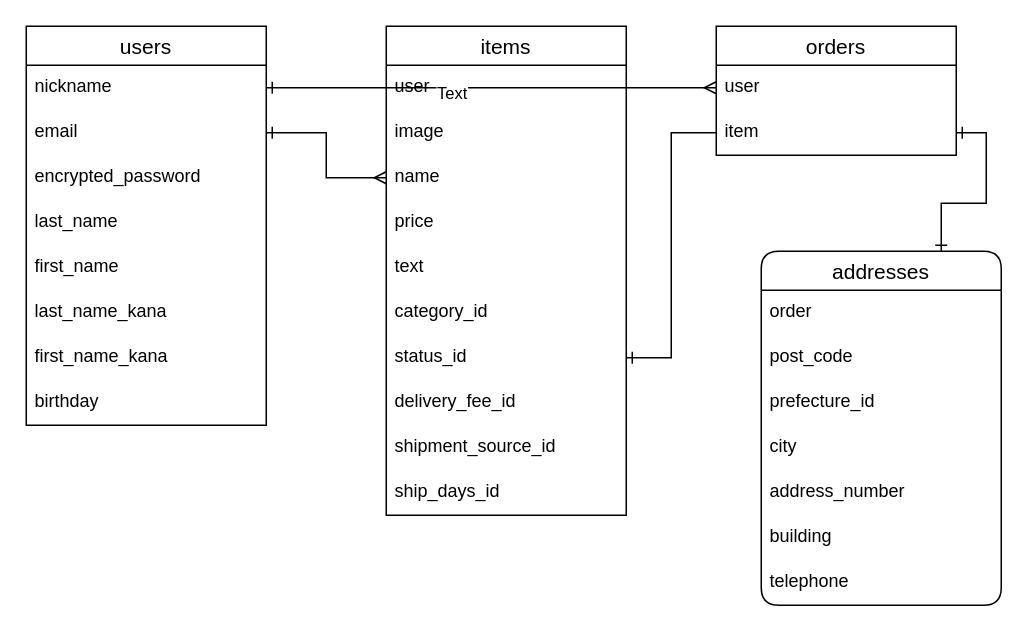
Above: ER.dio in sisyphe0713/furima-30355 (draw.io), before the change. Source tidied: cells renumbered, new cells numbered last; positions are measured from the earlier drawing's top-left corner, leaving out a move shared by most shapes. Both pictures are drawn from the tidied source at 150%, with x=0, y=0 at pixel (26, 26).
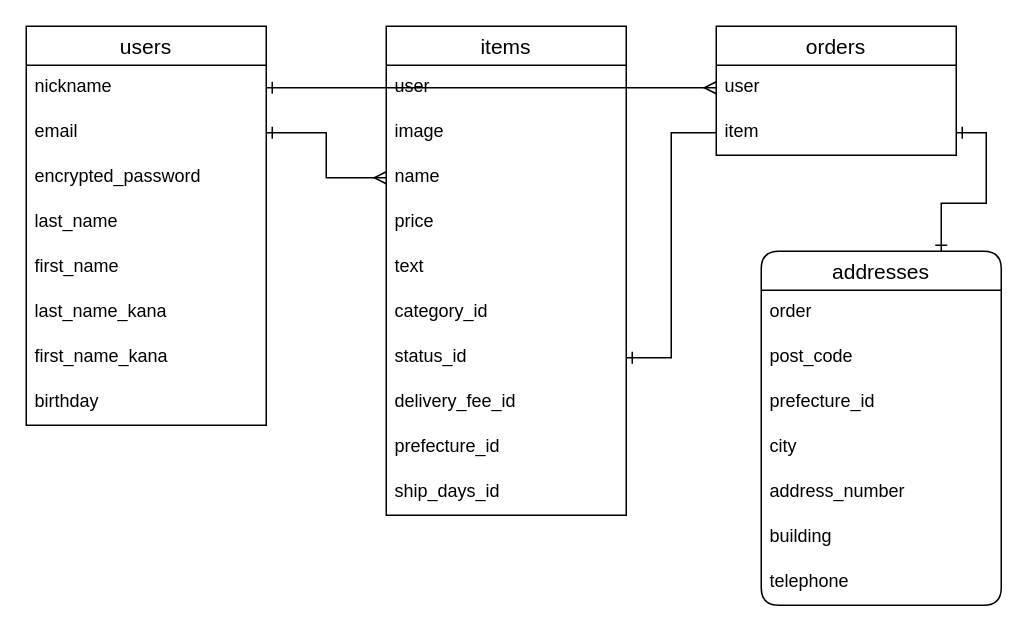
Above is the later version.

Commit message (it also covers changes not shown here):
ER図、README修正2

The change refers to these unchanged cells:
```xml
<mxCell id="11" value="items" style="swimlane;fontStyle=0;horizontal=1;startSize=26;align=center;fontSize=14;" parent="1" vertex="1">
  <mxGeometry x="240" width="160" height="326" as="geometry" />
</mxCell>
<mxCell id="36" style="edgeStyle=orthogonalEdgeStyle;rounded=0;jettySize=auto;html=1;exitX=1;exitY=0.5;exitDx=0;exitDy=0;entryX=0;entryY=0.5;entryDx=0;entryDy=0;startArrow=ERone;startFill=0;endArrow=ERmany;endFill=0;" parent="1" edge="1" source="3" target="23">
  <mxGeometry relative="1" as="geometry" />
</mxCell>
```

Change to the diagram source:
```diff
@@
-    <mxCell id="20" value="shipment_source_id" style="text;strokeColor=none;fillColor=none;spacingLeft=4;spacingRight=4;overflow=hidden;fontSize=12;" parent="11" vertex="1">
+    <mxCell id="20" value="prefecture_id" style="text;strokeColor=none;fillColor=none;spacingLeft=4;spacingRight=4;overflow=hidden;fontSize=12;" parent="11" vertex="1">
       <mxGeometry y="266" width="160" height="30" as="geometry" />
     </mxCell>
@@
-    <mxCell id="37" value="Text" style="edgeLabel;html=1;align=center;verticalAlign=middle;" parent="36" vertex="1">
-      <mxGeometry x="-0.18" y="-3" relative="1" as="geometry" />
-    </mxCell>
```
